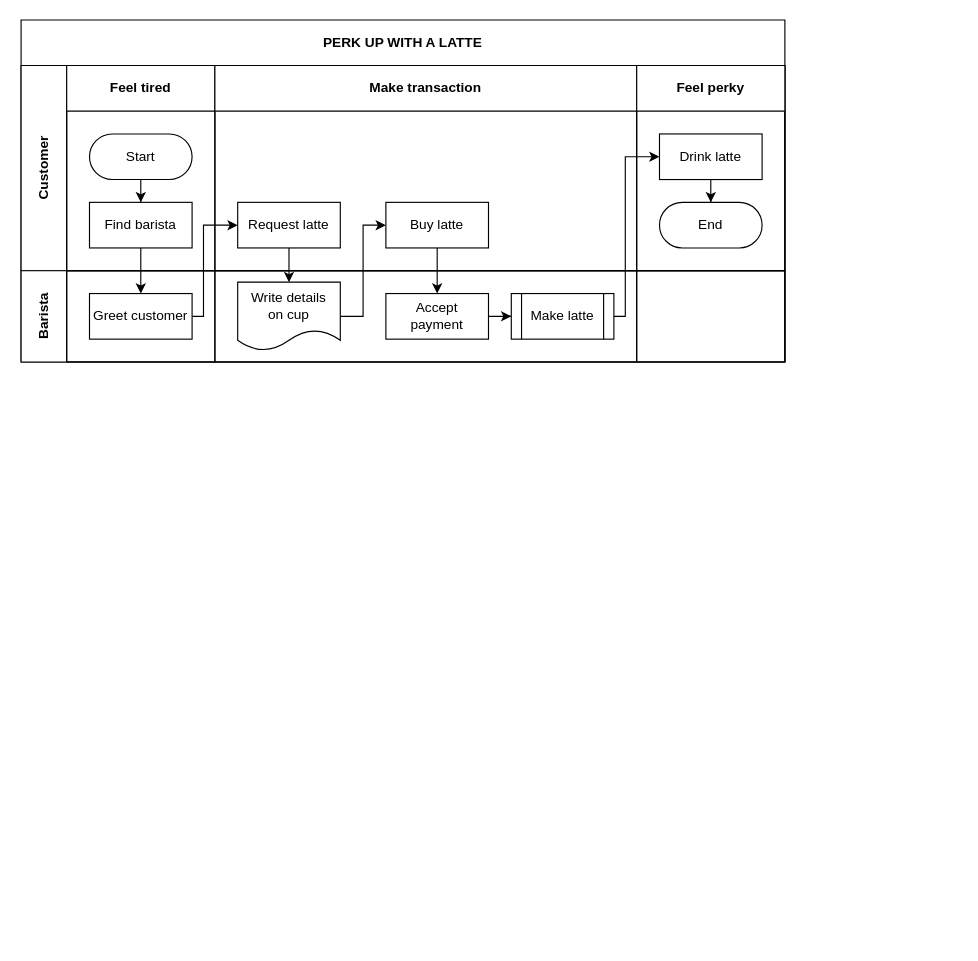
Above: Untitled Diagram.drawio in captainzmc/draw (draw.io), before the change. Source tidied: cells renumbered, new cells numbered last; positions are measured from the earlier drawing's top-left corner, leaving out a move shared by most shapes. Both pictures are drawn from the tidied source at 114%, with x=0, y=0 at pixel (21, 19).
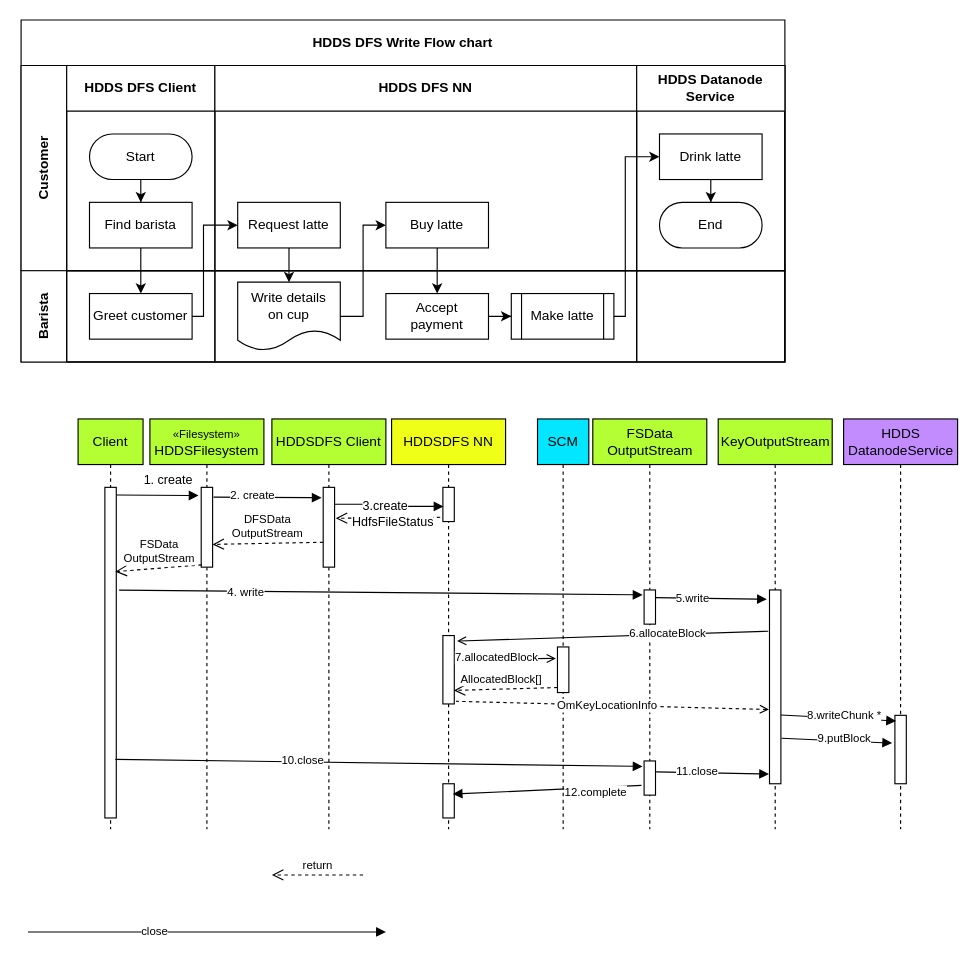
Above is the later version.

Unchanged cells that the change refers to:
```xml
<mxCell id="4" value="Customer" style="swimlane;horizontal=0;startSize=40;html=1;whiteSpace=wrap;" parent="2" vertex="1">
  <mxGeometry y="40" width="670" height="180" as="geometry" />
</mxCell>
```

Change to the diagram source:
```diff
@@
-    <mxCell id="2" value="PERK UP WITH A LATTE" style="shape=table;childLayout=tableLayout;rowLines=0;columnLines=0;startSize=40;html=1;whiteSpace=wrap;fontStyle=1;" parent="1" vertex="1">
+    <mxCell id="2" value="HDDS DFS Write Flow chart" style="shape=table;childLayout=tableLayout;rowLines=0;columnLines=0;startSize=40;html=1;whiteSpace=wrap;fontStyle=1;" parent="1" vertex="1">
       <mxGeometry width="670" height="300" as="geometry" />
     </mxCell>
@@
-    <mxCell id="5" value="Feel tired" style="swimlane;startSize=40;html=1;whiteSpace=wrap;" parent="4" vertex="1">
+    <mxCell id="5" value="HDDS DFS Client" style="swimlane;startSize=40;html=1;whiteSpace=wrap;" parent="4" vertex="1">
       <mxGeometry x="40" width="130" height="180" as="geometry" />
     </mxCell>
@@
-    <mxCell id="9" value="Make transaction" style="swimlane;startSize=40;html=1;whiteSpace=wrap;" parent="4" vertex="1">
+    <mxCell id="9" value="HDDS DFS NN" style="swimlane;startSize=40;html=1;whiteSpace=wrap;" parent="4" vertex="1">
       <mxGeometry x="170" width="370" height="180" as="geometry" />
     </mxCell>
@@
-    <mxCell id="12" value="Feel perky" style="swimlane;startSize=40;html=1;whiteSpace=wrap;" parent="4" vertex="1">
+    <mxCell id="12" value="HDDS Datanode Service" style="swimlane;startSize=40;html=1;whiteSpace=wrap;" parent="4" vertex="1">
       <mxGeometry x="540" width="130" height="180" as="geometry" />
     </mxCell>
@@
+    <mxCell id="30" value="HDDSDFS Client" style="shape=umlLifeline;perimeter=lifelinePerimeter;whiteSpace=wrap;html=1;fillColor=#B4FF33;" parent="1" vertex="1">
+      <mxGeometry x="220" y="350" width="100" height="360" as="geometry" />
+    </mxCell>
+    <mxCell id="31" style="html=1;points=[];perimeter=orthogonalPerimeter;" parent="30" vertex="1">
+      <mxGeometry x="45" y="60" width="10" height="70" as="geometry" />
+    </mxCell>
+    <mxCell id="32" value="Client" style="shape=umlLifeline;perimeter=lifelinePerimeter;whiteSpace=wrap;html=1;fillColor=#B4FF33;" parent="1" vertex="1">
+      <mxGeometry x="50" y="350" width="57" height="360" as="geometry" />
+    </mxCell>
+    <mxCell id="33" style="html=1;points=[];perimeter=orthogonalPerimeter;" parent="32" vertex="1">
+      <mxGeometry x="23.5" y="60" width="10" height="290" as="geometry" />
+    </mxCell>
+    <mxCell id="34" value="&lt;span style=&quot;font-size: 10px&quot;&gt;«Filesystem»&lt;br&gt;&lt;/span&gt;HDDSFilesystem" style="shape=umlLifeline;perimeter=lifelinePerimeter;whiteSpace=wrap;html=1;fillColor=#B4FF33;" parent="1" vertex="1">
+      <mxGeometry x="113" y="350" width="100" height="360" as="geometry" />
+    </mxCell>
+    <mxCell id="35" style="html=1;points=[];perimeter=orthogonalPerimeter;" parent="34" vertex="1">
+      <mxGeometry x="45" y="60" width="10" height="70" as="geometry" />
+    </mxCell>
+    <mxCell id="36" value="1. create" style="endArrow=block;endFill=1;html=1;align=left;verticalAlign=top;entryX=-0.233;entryY=0.103;entryDx=0;entryDy=0;entryPerimeter=0;exitX=1.019;exitY=0.023;exitDx=0;exitDy=0;exitPerimeter=0;" parent="1" edge="1" source="33" target="35">
+      <mxGeometry x="-0.4" y="26" relative="1" as="geometry" />
+    </mxCell>
+    <mxCell id="37" value="HDDSDFS NN" style="shape=umlLifeline;perimeter=lifelinePerimeter;whiteSpace=wrap;html=1;fillColor=#F0FF17;" parent="1" vertex="1">
+      <mxGeometry x="325" y="350" width="100" height="360" as="geometry" />
+    </mxCell>
+    <mxCell id="38" style="html=1;points=[];perimeter=orthogonalPerimeter;" parent="37" vertex="1">
+      <mxGeometry x="45" y="60" width="10" height="30" as="geometry" />
+    </mxCell>
+    <mxCell id="39" style="html=1;points=[];perimeter=orthogonalPerimeter;" parent="37" vertex="1">
+      <mxGeometry x="45" y="190" width="10" height="60" as="geometry" />
+    </mxCell>
+    <mxCell id="40" style="html=1;points=[];perimeter=orthogonalPerimeter;" parent="37" vertex="1">
+      <mxGeometry x="45" y="320" width="10" height="30" as="geometry" />
+    </mxCell>
+    <mxCell id="41" value="3.create" style="endArrow=block;endFill=1;html=1;edgeStyle=orthogonalEdgeStyle;align=left;verticalAlign=top;exitX=1.005;exitY=0.212;exitDx=0;exitDy=0;exitPerimeter=0;entryX=0.052;entryY=0.557;entryDx=0;entryDy=0;entryPerimeter=0;" parent="1" edge="1" source="31" target="38">
+      <mxGeometry x="0.02" y="29" relative="1" as="geometry">
+        <mxPoint x="-25" y="15" as="offset" />
+      </mxGeometry>
+    </mxCell>
+    <mxCell id="42" value="HdfsFileStatus" style="html=1;verticalAlign=bottom;endArrow=open;dashed=1;endSize=8;entryX=1.1;entryY=0.388;entryDx=0;entryDy=0;entryPerimeter=0;exitX=-0.233;exitY=0.875;exitDx=0;exitDy=0;exitPerimeter=0;" parent="1" edge="1" source="38" target="31">
+      <mxGeometry x="-0.08" y="12" relative="1" as="geometry" />
+    </mxCell>
+    <mxCell id="43" value="FSData&lt;br&gt;OutputStream" style="html=1;verticalAlign=bottom;endArrow=open;dashed=1;endSize=8;fontSize=10;exitX=0.052;exitY=0.971;exitDx=0;exitDy=0;exitPerimeter=0;entryX=0.917;entryY=0.255;entryDx=0;entryDy=0;entryPerimeter=0;" parent="1" edge="1" source="35" target="33">
+      <mxGeometry relative="1" as="geometry" />
+    </mxCell>
+    <mxCell id="44" style="endArrow=block;startArrow=none;endFill=1;startFill=0;html=1;fontSize=10;entryX=-0.138;entryY=0.16;entryDx=0;entryDy=0;entryPerimeter=0;exitX=0.917;exitY=0.823;exitDx=0;exitDy=0;exitPerimeter=0;" parent="1" edge="1" source="33" target="70">
+      <mxGeometry relative="1" as="geometry" />
+    </mxCell>
+    <mxCell id="45" value="10.close" style="edgeLabel;html=1;align=center;verticalAlign=middle;fontSize=10;" parent="44" vertex="1">
+      <mxGeometry x="-0.29" y="2" relative="1" as="geometry" />
+    </mxCell>
+    <mxCell id="46" style="endArrow=block;startArrow=none;endFill=1;startFill=0;html=1;fontSize=10;entryX=-0.138;entryY=0.144;entryDx=0;entryDy=0;entryPerimeter=0;exitX=1.25;exitY=0.311;exitDx=0;exitDy=0;exitPerimeter=0;" parent="1" edge="1" source="33" target="49">
+      <mxGeometry relative="1" as="geometry" />
+    </mxCell>
+    <mxCell id="47" value="4. write" style="edgeLabel;html=1;align=center;verticalAlign=middle;fontSize=10;" parent="46" vertex="1">
+      <mxGeometry x="-0.68" y="-1" relative="1" as="geometry">
+        <mxPoint x="37.3" y="-0.2" as="offset" />
+      </mxGeometry>
+    </mxCell>
+    <mxCell id="48" value="FSData&lt;br&gt;OutputStream" style="shape=umlLifeline;perimeter=lifelinePerimeter;whiteSpace=wrap;html=1;fillColor=#B4FF33;" parent="1" vertex="1">
+      <mxGeometry x="501.5" y="350" width="100" height="360" as="geometry" />
+    </mxCell>
+    <mxCell id="49" style="html=1;points=[];perimeter=orthogonalPerimeter;" parent="48" vertex="1">
+      <mxGeometry x="45" y="150" width="10" height="30" as="geometry" />
+    </mxCell>
+    <mxCell id="50" value="KeyOutputStream" style="shape=umlLifeline;perimeter=lifelinePerimeter;whiteSpace=wrap;html=1;fillColor=#B4FF33;" parent="1" vertex="1">
+      <mxGeometry x="611.5" y="350" width="100" height="360" as="geometry" />
+    </mxCell>
+    <mxCell id="51" style="html=1;points=[];perimeter=orthogonalPerimeter;" parent="50" vertex="1">
+      <mxGeometry x="45" y="150" width="10" height="170" as="geometry" />
+    </mxCell>
+    <mxCell id="52" style="endArrow=block;startArrow=none;endFill=1;startFill=0;html=1;fontSize=10;exitX=0.957;exitY=0.224;exitDx=0;exitDy=0;exitPerimeter=0;entryX=-0.233;entryY=0.048;entryDx=0;entryDy=0;entryPerimeter=0;" parent="1" edge="1" source="49" target="51">
+      <mxGeometry relative="1" as="geometry" />
+    </mxCell>
+    <mxCell id="53" value="5.write" style="edgeLabel;html=1;align=center;verticalAlign=middle;fontSize=10;" parent="52" vertex="1">
+      <mxGeometry x="-0.34" y="1" relative="1" as="geometry" />
+    </mxCell>
+    <mxCell id="54" style="edgeStyle=none;rounded=0;jettySize=auto;html=1;startArrow=none;startFill=0;endArrow=open;endFill=0;fontSize=10;entryX=1.243;entryY=0.081;entryDx=0;entryDy=0;entryPerimeter=0;exitX=-0.103;exitY=0.213;exitDx=0;exitDy=0;exitPerimeter=0;" parent="1" edge="1" source="51" target="39">
+      <mxGeometry relative="1" as="geometry" />
+    </mxCell>
+    <mxCell id="55" value="6.allocateBlock" style="edgeLabel;html=1;align=center;verticalAlign=middle;fontSize=10;" parent="54" vertex="1">
+      <mxGeometry x="-0.35" y="-2" relative="1" as="geometry" />
+    </mxCell>
+    <mxCell id="56" value="SCM" style="shape=umlLifeline;perimeter=lifelinePerimeter;whiteSpace=wrap;html=1;fillColor=#03E6FF;" parent="1" vertex="1">
+      <mxGeometry x="453" y="350" width="45" height="360" as="geometry" />
+    </mxCell>
+    <mxCell id="57" style="html=1;points=[];perimeter=orthogonalPerimeter;" parent="56" vertex="1">
+      <mxGeometry x="17.5" y="200" width="10" height="40" as="geometry" />
+    </mxCell>
+    <mxCell id="58" style="edgeStyle=none;rounded=0;jettySize=auto;html=1;startArrow=none;startFill=0;endArrow=open;endFill=0;fontSize=10;entryX=-0.138;entryY=0.251;entryDx=0;entryDy=0;entryPerimeter=0;exitX=1.005;exitY=0.353;exitDx=0;exitDy=0;exitPerimeter=0;" parent="1" edge="1" source="39" target="57">
+      <mxGeometry relative="1" as="geometry" />
+    </mxCell>
+    <mxCell id="59" value="7.allocatedBlock" style="edgeLabel;html=1;align=center;verticalAlign=middle;fontSize=10;" parent="58" vertex="1">
+      <mxGeometry x="-0.2" y="2" relative="1" as="geometry" />
+    </mxCell>
+    <mxCell id="60" value="AllocatedBlock[]" style="html=1;verticalAlign=bottom;endArrow=open;dashed=1;endSize=8;fontSize=10;exitX=0.005;exitY=0.89;exitDx=0;exitDy=0;exitPerimeter=0;entryX=0.957;entryY=0.802;entryDx=0;entryDy=0;entryPerimeter=0;" parent="1" edge="1" source="57" target="39">
+      <mxGeometry x="0.1" relative="1" as="geometry" />
+    </mxCell>
+    <mxCell id="61" value="return" style="html=1;verticalAlign=bottom;endArrow=open;dashed=1;endSize=8;fontSize=10;" parent="1" edge="1">
+      <mxGeometry relative="1" as="geometry">
+        <mxPoint x="300" y="750" as="sourcePoint" />
+        <mxPoint x="220" y="750" as="targetPoint" />
+      </mxGeometry>
+    </mxCell>
+    <mxCell id="62" style="html=1;verticalAlign=bottom;endArrow=none;dashed=1;endSize=8;fontSize=10;startArrow=open;startFill=0;endFill=0;entryX=1.148;entryY=0.961;entryDx=0;entryDy=0;entryPerimeter=0;exitX=-0.043;exitY=0.617;exitDx=0;exitDy=0;exitPerimeter=0;" parent="1" edge="1" source="51" target="39">
+      <mxGeometry relative="1" as="geometry" />
+    </mxCell>
+    <mxCell id="63" value="OmKeyLocationInfo" style="edgeLabel;html=1;align=center;verticalAlign=middle;fontSize=10;" parent="62" vertex="1">
+      <mxGeometry x="0.04" y="-1" relative="1" as="geometry" />
+    </mxCell>
+    <mxCell id="64" value="HDDS DatanodeService" style="shape=umlLifeline;perimeter=lifelinePerimeter;whiteSpace=wrap;html=1;fillColor=#C28CFF;" parent="1" vertex="1">
+      <mxGeometry x="721.5" y="350" width="100" height="360" as="geometry" />
+    </mxCell>
+    <mxCell id="65" style="html=1;points=[];perimeter=orthogonalPerimeter;" parent="64" vertex="1">
+      <mxGeometry x="45" y="260" width="10" height="60" as="geometry" />
+    </mxCell>
+    <mxCell id="66" style="endArrow=block;startArrow=none;endFill=1;startFill=0;html=1;fontSize=10;entryX=0.1;entryY=0.083;entryDx=0;entryDy=0;entryPerimeter=0;exitX=0.993;exitY=0.645;exitDx=0;exitDy=0;exitPerimeter=0;" parent="1" edge="1" source="51" target="65">
+      <mxGeometry relative="1" as="geometry" />
+    </mxCell>
+    <mxCell id="67" value="8.writeChunk *" style="edgeLabel;html=1;align=center;verticalAlign=middle;fontSize=10;" parent="66" vertex="1">
+      <mxGeometry x="-0.31" y="2" relative="1" as="geometry">
+        <mxPoint x="20.2" as="offset" />
+      </mxGeometry>
+    </mxCell>
+    <mxCell id="68" style="endArrow=block;startArrow=none;endFill=1;startFill=0;html=1;fontSize=10;entryX=-0.245;entryY=0.406;entryDx=0;entryDy=0;entryPerimeter=0;exitX=1.052;exitY=0.765;exitDx=0;exitDy=0;exitPerimeter=0;" parent="1" edge="1" source="51" target="65">
+      <mxGeometry relative="1" as="geometry" />
+    </mxCell>
+    <mxCell id="69" value="9.putBlock" style="edgeLabel;html=1;align=center;verticalAlign=middle;fontSize=10;" parent="68" vertex="1">
+      <mxGeometry x="-0.31" y="2" relative="1" as="geometry">
+        <mxPoint x="20.2" as="offset" />
+      </mxGeometry>
+    </mxCell>
+    <mxCell id="70" style="html=1;points=[];perimeter=orthogonalPerimeter;" parent="1" vertex="1">
+      <mxGeometry x="546.5" y="650" width="10" height="30" as="geometry" />
+    </mxCell>
+    <mxCell id="71" style="endArrow=block;startArrow=none;endFill=1;startFill=0;html=1;fontSize=10;exitX=0.957;exitY=0.664;exitDx=0;exitDy=0;exitPerimeter=0;" parent="1" edge="1">
+      <mxGeometry relative="1" as="geometry">
+        <mxPoint x="6" y="800" as="sourcePoint" />
+        <mxPoint x="320" y="800" as="targetPoint" />
+      </mxGeometry>
+    </mxCell>
+    <mxCell id="72" value="close" style="edgeLabel;html=1;align=center;verticalAlign=middle;fontSize=10;" parent="71" vertex="1">
+      <mxGeometry x="-0.29" y="2" relative="1" as="geometry" />
+    </mxCell>
+    <mxCell id="73" style="endArrow=block;startArrow=none;endFill=1;startFill=0;html=1;fontSize=10;exitX=1.052;exitY=0.319;exitDx=0;exitDy=0;exitPerimeter=0;entryX=-0.043;entryY=0.95;entryDx=0;entryDy=0;entryPerimeter=0;" parent="1" edge="1" source="70" target="51">
+      <mxGeometry relative="1" as="geometry" />
+    </mxCell>
+    <mxCell id="74" value="11.close" style="edgeLabel;html=1;align=center;verticalAlign=middle;fontSize=10;" parent="73" vertex="1">
+      <mxGeometry x="-0.29" y="2" relative="1" as="geometry" />
+    </mxCell>
+    <mxCell id="75" style="endArrow=block;startArrow=none;endFill=1;startFill=0;html=1;fontSize=10;exitX=-0.233;exitY=0.716;exitDx=0;exitDy=0;exitPerimeter=0;entryX=0.862;entryY=0.303;entryDx=0;entryDy=0;entryPerimeter=0;" parent="1" edge="1" source="70" target="40">
+      <mxGeometry relative="1" as="geometry" />
+    </mxCell>
+    <mxCell id="76" value="12.complete" style="edgeLabel;html=1;align=center;verticalAlign=middle;fontSize=10;" parent="75" vertex="1">
+      <mxGeometry x="-0.29" y="2" relative="1" as="geometry">
+        <mxPoint x="18" as="offset" />
+      </mxGeometry>
+    </mxCell>
+    <mxCell id="77" value="DFSData&lt;br&gt;OutputStream" style="html=1;verticalAlign=bottom;endArrow=open;dashed=1;endSize=8;fontSize=10;exitX=0.005;exitY=0.688;exitDx=0;exitDy=0;exitPerimeter=0;entryX=0.99;entryY=0.715;entryDx=0;entryDy=0;entryPerimeter=0;" parent="1" edge="1" source="31" target="35">
+      <mxGeometry relative="1" as="geometry" />
+    </mxCell>
+    <mxCell id="78" style="endArrow=block;startArrow=none;endFill=1;startFill=0;html=1;fontSize=10;exitX=1.086;exitY=0.123;exitDx=0;exitDy=0;exitPerimeter=0;entryX=-0.138;entryY=0.13;entryDx=0;entryDy=0;entryPerimeter=0;" parent="1" edge="1" source="35" target="31">
+      <mxGeometry relative="1" as="geometry" />
+    </mxCell>
+    <mxCell id="79" value="2. create" style="edgeLabel;html=1;align=center;verticalAlign=middle;fontSize=10;" parent="78" vertex="1">
+      <mxGeometry x="-0.29" y="2" relative="1" as="geometry" />
+    </mxCell>
```
